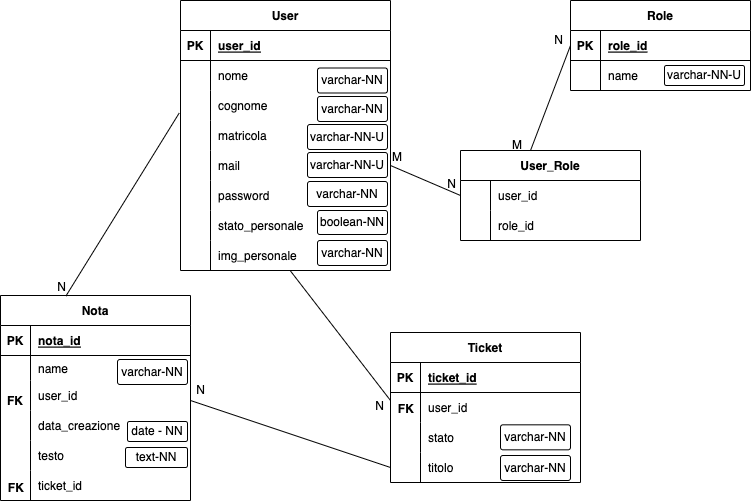
Before: ticket-platform/ER-ticket-platform.png, a diagram exported from draw.io (FrancescoDAmbrosio1/ticket-platform). Source tidied: cells renumbered, new cells last; positions are measured from the earlier drawing's top-left corner, leaving out a move shared by most shapes.
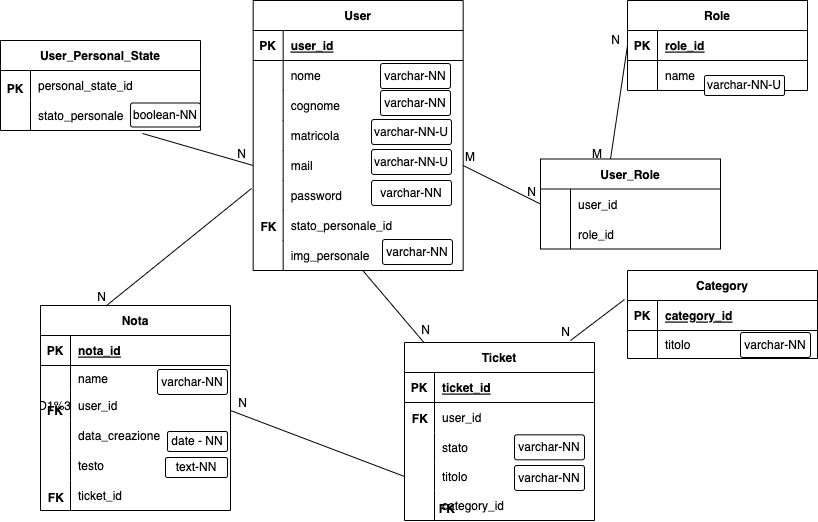
After the commit.

Diff of the diagram source:
```diff
@@ -3,7 +3,7 @@
     <mxCell id="0" />
     <mxCell id="1" parent="0" />
     <mxCell id="2" value="User" style="shape=table;startSize=30;rowLines=0;fontStyle=1;align=center;" parent="1" vertex="1">
-      <mxGeometry x="180" width="210" height="270" as="geometry" />
+      <mxGeometry x="212.7" y="-10" width="210" height="270" as="geometry" />
     </mxCell>
     <mxCell id="3" style="shape=tableRow;horizontal=0;startSize=0;swimlaneHead=0;swimlaneBody=0;fillColor=none;top=0;left=0;right=0;bottom=1;" parent="2" vertex="1">
       <mxGeometry y="30" width="210" height="30" as="geometry" />
@@ -65,7 +65,7 @@
     <mxCell id="22" style="shape=partialRectangle;fillColor=none;top=0;left=0;bottom=0;right=0;overflow=hidden;" parent="21" vertex="1">
       <mxGeometry width="30" height="30" as="geometry" />
     </mxCell>
-    <mxCell id="23" value="stato_personale" style="shape=partialRectangle;fillColor=none;top=0;left=0;bottom=0;right=0;align=left;spacingLeft=6;overflow=hidden;" parent="21" vertex="1">
+    <mxCell id="23" value="stato_personale_id" style="shape=partialRectangle;fillColor=none;top=0;left=0;bottom=0;right=0;align=left;spacingLeft=6;overflow=hidden;" parent="21" vertex="1">
       <mxGeometry x="30" width="180" height="30" as="geometry" />
     </mxCell>
     <mxCell id="24" style="shape=tableRow;horizontal=0;startSize=0;swimlaneHead=0;swimlaneBody=0;fillColor=none;points=[[0,0.5],[1,0.5]];portConstraint=eastwest;top=0;left=0;right=0;bottom=0;" parent="2" vertex="1">
@@ -78,7 +78,7 @@
       <mxGeometry x="30" width="180" height="30" as="geometry" />
     </mxCell>
     <mxCell id="27" value="Role" style="shape=table;startSize=30;rowLines=0;fontStyle=1;align=center;" parent="1" vertex="1">
-      <mxGeometry x="570" width="180" height="90" as="geometry" />
+      <mxGeometry x="587" y="-10" width="180" height="90" as="geometry" />
     </mxCell>
     <mxCell id="28" style="shape=tableRow;horizontal=0;startSize=0;swimlaneHead=0;swimlaneBody=0;fillColor=none;points=[[0,0.5],[1,0.5]];portConstraint=eastwest;top=0;left=0;right=0;bottom=1;" parent="27" vertex="1">
       <mxGeometry y="30" width="180" height="30" as="geometry" />
@@ -99,7 +99,7 @@
       <mxGeometry x="30" width="150" height="30" as="geometry" />
     </mxCell>
     <mxCell id="34" value="User_Role" style="shape=table;startSize=30;rowLines=0;fontStyle=1;align=center;" parent="1" vertex="1">
-      <mxGeometry x="460" y="150" width="180" height="90" as="geometry" />
+      <mxGeometry x="500" y="148.5" width="180" height="90" as="geometry" />
     </mxCell>
     <mxCell id="35" style="shape=tableRow;horizontal=0;startSize=0;swimlaneHead=0;swimlaneBody=0;fillColor=none;points=[[0,0.5],[1,0.5]];portConstraint=eastwest;top=0;left=0;right=0;bottom=0;" parent="34" vertex="1">
       <mxGeometry y="30" width="180" height="30" as="geometry" />
@@ -161,7 +161,7 @@
     <mxCell id="54" style="shape=tableRow;horizontal=0;startSize=0;swimlaneHead=0;swimlaneBody=0;fillColor=none;top=0;left=0;right=0;bottom=0;" parent="47" vertex="1">
       <mxGeometry y="85" width="190" height="30" as="geometry" />
     </mxCell>
-    <mxCell id="55" style="shape=partialRectangle;fillColor=none;top=0;left=0;bottom=0;right=0;overflow=hidden;" parent="54" vertex="1">
+    <mxCell id="55" value="%3CmxGraphModel%3E%3Croot%3E%3CmxCell%20id%3D%220%22%2F%3E%3CmxCell%20id%3D%221%22%20parent%3D%220%22%2F%3E%3CmxCell%20id%3D%222%22%20value%3D%22varchar-NN%22%20style%3D%22rounded%3D1%3BarcSize%3D10%3BwhiteSpace%3Dwrap%3Bhtml%3D1%3Balign%3Dcenter%3B%22%20vertex%3D%221%22%20parent%3D%221%22%3E%3CmxGeometry%20x%3D%22381%22%20y%3D%22200%22%20width%3D%2280%22%20height%3D%2225%22%20as%3D%22geometry%22%2F%3E%3C%2FmxCell%3E%3C%2Froot%3E%3C%2FmxGraphModel%3E" style="shape=partialRectangle;fillColor=none;top=0;left=0;bottom=0;right=0;overflow=hidden;" parent="54" vertex="1">
       <mxGeometry width="30" height="30" as="geometry" />
     </mxCell>
     <mxCell id="56" value="user_id" style="shape=partialRectangle;fillColor=none;top=0;left=0;bottom=0;right=0;align=left;spacingLeft=6;overflow=hidden;" parent="54" vertex="1">
@@ -198,10 +198,10 @@
       <mxGeometry y="178.3" width="31.7" height="26.7" as="geometry" />
     </mxCell>
     <mxCell id="67" style="group;" parent="1" vertex="1">
-      <mxGeometry x="390" y="332" width="190" height="160" as="geometry" />
+      <mxGeometry x="364" y="332" width="190" height="160" as="geometry" />
     </mxCell>
     <mxCell id="68" value="Ticket" style="shape=table;startSize=30;rowLines=0;fontStyle=1;align=center;" parent="67" vertex="1">
-      <mxGeometry width="190" height="150" as="geometry" />
+      <mxGeometry width="190" height="178" as="geometry" />
     </mxCell>
     <mxCell id="69" style="shape=tableRow;horizontal=0;startSize=0;swimlaneHead=0;swimlaneBody=0;fillColor=none;top=0;left=0;right=0;bottom=1;" parent="68" vertex="1">
       <mxGeometry y="30" width="190" height="30" as="geometry" />
@@ -231,14 +231,23 @@
       <mxGeometry x="30" width="160" height="30" as="geometry" />
     </mxCell>
     <mxCell id="78" style="shape=tableRow;horizontal=0;startSize=0;swimlaneHead=0;swimlaneBody=0;fillColor=none;points=[[0,0.5],[1,0.5]];portConstraint=eastwest;top=0;left=0;right=0;bottom=0;" parent="68" vertex="1">
-      <mxGeometry y="120" width="190" height="30" as="geometry" />
+      <mxGeometry y="120" width="190" height="28" as="geometry" />
     </mxCell>
     <mxCell id="79" style="shape=partialRectangle;fillColor=none;top=0;left=0;bottom=0;right=0;overflow=hidden;" parent="78" vertex="1">
-      <mxGeometry width="30" height="30" as="geometry" />
+      <mxGeometry width="30" height="28" as="geometry" />
     </mxCell>
     <mxCell id="80" value="titolo" style="shape=partialRectangle;fillColor=none;top=0;left=0;bottom=0;right=0;align=left;spacingLeft=6;overflow=hidden;" parent="78" vertex="1">
-      <mxGeometry x="30" width="160" height="30" as="geometry" />
+      <mxGeometry x="30" width="160" height="28" as="geometry" />
     </mxCell>
+    <mxCell id="104" style="shape=tableRow;horizontal=0;startSize=0;swimlaneHead=0;swimlaneBody=0;fillColor=none;top=0;left=0;right=0;bottom=0;" parent="68" vertex="1">
+      <mxGeometry y="148" width="190" height="30" as="geometry" />
+    </mxCell>
+    <mxCell id="105" style="shape=partialRectangle;fillColor=none;top=0;left=0;bottom=0;right=0;overflow=hidden;" parent="104" vertex="1">
+      <mxGeometry width="30" height="30" as="geometry" />
+    </mxCell>
+    <mxCell id="106" value="category_id" style="shape=partialRectangle;fillColor=none;top=0;left=0;bottom=0;right=0;align=left;spacingLeft=6;overflow=hidden;" parent="104" vertex="1">
+      <mxGeometry x="30" width="160" height="30" as="geometry" />
+    </mxCell>
     <mxCell id="81" value="FK" style="shape=partialRectangle;fillColor=none;top=0;left=0;bottom=0;right=0;fontStyle=1;overflow=hidden;" parent="67" vertex="1">
       <mxGeometry y="62.3" width="31.7" height="26.7" as="geometry" />
     </mxCell>
@@ -272,14 +281,12 @@
         <mxPoint x="-7" y="3" as="offset" />
       </mxGeometry>
     </mxCell>
-    <mxCell id="90" style="endArrow=none;html=1;rounded=0;exitX=0.522;exitY=1;exitDx=0;exitDy=0;exitPerimeter=0;" parent="1" edge="1" source="24">
-      <mxGeometry relative="1" as="geometry">
-        <mxPoint x="390" y="400" as="targetPoint" />
-      </mxGeometry>
+    <mxCell id="90" style="endArrow=none;html=1;rounded=0;exitX=0.522;exitY=1;exitDx=0;exitDy=0;exitPerimeter=0;entryX=0.368;entryY=-0.011;entryDx=0;entryDy=0;entryPerimeter=0;" parent="1" edge="1" source="24" target="68">
+      <mxGeometry relative="1" as="geometry" />
     </mxCell>
     <mxCell id="91" value="N" style="html=1;align=right;verticalAlign=bottom;" parent="90" vertex="1">
       <mxGeometry x="1" relative="1" as="geometry">
-        <mxPoint x="-6" y="14" as="offset" />
+        <mxPoint x="7" y="-4" as="offset" />
       </mxGeometry>
     </mxCell>
     <mxCell id="92" style="endArrow=none;html=1;rounded=0;entryX=0;entryY=0.5;entryDx=0;entryDy=0;" parent="1" edge="1" target="78">
@@ -289,38 +296,111 @@
     </mxCell>
     <mxCell id="93" value="N" style="html=1;align=right;verticalAlign=bottom;" parent="92" vertex="1">
       <mxGeometry x="1" relative="1" as="geometry">
-        <mxPoint x="-185" y="-69" as="offset" />
+        <mxPoint x="-157" y="-65" as="offset" />
       </mxGeometry>
     </mxCell>
-    <mxCell id="94" style="endArrow=none;html=1;rounded=0;exitX=-0.006;exitY=0.75;exitDx=0;exitDy=0;exitPerimeter=0;entryX=0.344;entryY=0.003;entryDx=0;entryDy=0;entryPerimeter=0;" parent="1" edge="1" source="9" target="47">
+    <mxCell id="94" style="endArrow=none;html=1;rounded=0;exitX=-0.008;exitY=0.267;exitDx=0;exitDy=0;exitPerimeter=0;entryX=0.344;entryY=0.003;entryDx=0;entryDy=0;entryPerimeter=0;" parent="1" edge="1" source="18" target="47">
       <mxGeometry relative="1" as="geometry" />
     </mxCell>
     <mxCell id="95" value="N" style="html=1;align=right;verticalAlign=bottom;" parent="94" vertex="1">
       <mxGeometry x="1" relative="1" as="geometry" />
     </mxCell>
     <mxCell id="96" value="varchar-NN" style="rounded=1;arcSize=10;whiteSpace=wrap;html=1;align=center;" parent="1" vertex="1">
-      <mxGeometry x="307" y="181" width="80" height="25" as="geometry" />
+      <mxGeometry x="331" y="170" width="80" height="25" as="geometry" />
     </mxCell>
     <mxCell id="97" value="boolean-NN" style="rounded=1;arcSize=10;whiteSpace=wrap;html=1;align=center;" parent="1" vertex="1">
-      <mxGeometry x="317" y="210" width="70" height="24" as="geometry" />
+      <mxGeometry x="90" y="92.5" width="70" height="24" as="geometry" />
     </mxCell>
     <mxCell id="98" value="varchar-NN" style="rounded=1;arcSize=10;whiteSpace=wrap;html=1;align=center;" parent="1" vertex="1">
-      <mxGeometry x="317" y="240" width="70" height="25" as="geometry" />
+      <mxGeometry x="342" y="229" width="70" height="25" as="geometry" />
     </mxCell>
     <mxCell id="99" value="varchar-NN-U" style="rounded=1;arcSize=10;whiteSpace=wrap;html=1;align=center;" parent="1" vertex="1">
-      <mxGeometry x="307" y="152" width="80" height="25" as="geometry" />
+      <mxGeometry x="331" y="139" width="80" height="25" as="geometry" />
     </mxCell>
     <mxCell id="100" value="varchar-NN" style="rounded=1;arcSize=10;whiteSpace=wrap;html=1;align=center;" parent="1" vertex="1">
-      <mxGeometry x="317" y="67.5" width="70" height="25" as="geometry" />
+      <mxGeometry x="340" y="53" width="70" height="25" as="geometry" />
     </mxCell>
     <mxCell id="101" value="varchar-NN" style="rounded=1;arcSize=10;whiteSpace=wrap;html=1;align=center;" parent="1" vertex="1">
-      <mxGeometry x="317" y="96" width="70" height="25" as="geometry" />
+      <mxGeometry x="340" y="80" width="70" height="25" as="geometry" />
     </mxCell>
     <mxCell id="102" value="varchar-NN-U" style="rounded=1;arcSize=10;whiteSpace=wrap;html=1;align=center;" parent="1" vertex="1">
       <mxGeometry x="664" y="65" width="80" height="20" as="geometry" />
     </mxCell>
     <mxCell id="103" value="varchar-NN-U" style="rounded=1;arcSize=10;whiteSpace=wrap;html=1;align=center;" parent="1" vertex="1">
-      <mxGeometry x="307" y="124" width="80" height="25" as="geometry" />
+      <mxGeometry x="331" y="109" width="80" height="25" as="geometry" />
     </mxCell>
+    <mxCell id="107" value="FK" style="shape=partialRectangle;fillColor=none;top=0;left=0;bottom=0;right=0;fontStyle=1;overflow=hidden;" parent="1" vertex="1">
+      <mxGeometry x="391" y="484.3" width="31.7" height="26.7" as="geometry" />
+    </mxCell>
+    <mxCell id="108" style="group;" parent="1" vertex="1">
+      <mxGeometry x="587" y="260" width="190" height="88" as="geometry" />
+    </mxCell>
+    <mxCell id="109" value="Category" style="shape=table;startSize=30;rowLines=0;fontStyle=1;align=center;" parent="108" vertex="1">
+      <mxGeometry width="190" height="88" as="geometry" />
+    </mxCell>
+    <mxCell id="110" style="shape=tableRow;horizontal=0;startSize=0;swimlaneHead=0;swimlaneBody=0;fillColor=none;points=[[0,0.5],[1,0.5]];portConstraint=eastwest;top=0;left=0;right=0;bottom=1;" parent="109" vertex="1">
+      <mxGeometry y="30" width="190" height="30" as="geometry" />
+    </mxCell>
+    <mxCell id="111" value="PK" style="shape=partialRectangle;fillColor=none;top=0;left=0;bottom=0;right=0;fontStyle=1;overflow=hidden;" parent="110" vertex="1">
+      <mxGeometry width="30" height="30" as="geometry" />
+    </mxCell>
+    <mxCell id="112" value="category_id" style="shape=partialRectangle;fillColor=none;top=0;left=0;bottom=0;right=0;align=left;spacingLeft=6;fontStyle=5;overflow=hidden;" parent="110" vertex="1">
+      <mxGeometry x="30" width="160" height="30" as="geometry" />
+    </mxCell>
+    <mxCell id="113" style="shape=tableRow;horizontal=0;startSize=0;swimlaneHead=0;swimlaneBody=0;fillColor=none;top=0;left=0;right=0;bottom=0;" parent="109" vertex="1">
+      <mxGeometry y="60" width="190" height="28" as="geometry" />
+    </mxCell>
+    <mxCell id="114" style="shape=partialRectangle;fillColor=none;top=0;left=0;bottom=0;right=0;overflow=hidden;" parent="113" vertex="1">
+      <mxGeometry width="30" height="28" as="geometry" />
+    </mxCell>
+    <mxCell id="115" value="titolo" style="shape=partialRectangle;fillColor=none;top=0;left=0;bottom=0;right=0;align=left;spacingLeft=6;overflow=hidden;" parent="113" vertex="1">
+      <mxGeometry x="30" width="160" height="28" as="geometry" />
+    </mxCell>
+    <mxCell id="116" value="varchar-NN" style="rounded=1;arcSize=10;whiteSpace=wrap;html=1;align=center;" parent="108" vertex="1">
+      <mxGeometry x="113" y="62" width="70" height="25" as="geometry" />
+    </mxCell>
+    <mxCell id="117" style="endArrow=none;html=1;rounded=0;exitX=-0.016;exitY=-0.033;exitDx=0;exitDy=0;exitPerimeter=0;" parent="1" edge="1" source="110">
+      <mxGeometry relative="1" as="geometry">
+        <mxPoint x="530" y="330" as="targetPoint" />
+      </mxGeometry>
+    </mxCell>
+    <mxCell id="118" value="N" style="html=1;align=right;verticalAlign=bottom;" parent="117" vertex="1">
+      <mxGeometry x="1" relative="1" as="geometry" />
+    </mxCell>
+    <mxCell id="119" value="User_Personal_State" style="shape=table;startSize=30;rowLines=0;fontStyle=1;align=center;" parent="1" vertex="1">
+      <mxGeometry x="-40" y="30" width="200" height="90" as="geometry" />
+    </mxCell>
+    <mxCell id="120" style="shape=tableRow;horizontal=0;startSize=0;swimlaneHead=0;swimlaneBody=0;fillColor=none;top=0;left=0;right=0;bottom=0;" parent="119" vertex="1">
+      <mxGeometry y="30" width="200" height="30" as="geometry" />
+    </mxCell>
+    <mxCell id="121" style="shape=partialRectangle;fillColor=none;top=0;left=0;bottom=0;right=0;overflow=hidden;" parent="120" vertex="1">
+      <mxGeometry width="30" height="30" as="geometry" />
+    </mxCell>
+    <mxCell id="122" value="personal_state_id" style="shape=partialRectangle;fillColor=none;top=0;left=0;bottom=0;right=0;align=left;spacingLeft=6;overflow=hidden;" parent="120" vertex="1">
+      <mxGeometry x="30" width="170" height="30" as="geometry" />
+    </mxCell>
+    <mxCell id="123" style="shape=tableRow;horizontal=0;startSize=0;swimlaneHead=0;swimlaneBody=0;fillColor=none;points=[[0,0.5],[1,0.5]];portConstraint=eastwest;top=0;left=0;right=0;bottom=0;" parent="119" vertex="1">
+      <mxGeometry y="60" width="200" height="30" as="geometry" />
+    </mxCell>
+    <mxCell id="124" style="shape=partialRectangle;fillColor=none;top=0;left=0;bottom=0;right=0;overflow=hidden;" parent="123" vertex="1">
+      <mxGeometry width="30" height="30" as="geometry" />
+    </mxCell>
+    <mxCell id="125" value="stato_personale" style="shape=partialRectangle;fillColor=none;top=0;left=0;bottom=0;right=0;align=left;spacingLeft=6;overflow=hidden;" parent="123" vertex="1">
+      <mxGeometry x="30" width="170" height="30" as="geometry" />
+    </mxCell>
+    <mxCell id="126" value="PK" style="shape=partialRectangle;fillColor=none;top=0;left=0;bottom=0;right=0;fontStyle=1;overflow=hidden;" parent="1" vertex="1">
+      <mxGeometry x="-40" y="62.5" width="30" height="30" as="geometry" />
+    </mxCell>
+    <mxCell id="127" value="FK" style="shape=partialRectangle;fillColor=none;top=0;left=0;bottom=0;right=0;fontStyle=1;overflow=hidden;" parent="1" vertex="1">
+      <mxGeometry x="212.7" y="202.3" width="31.7" height="26.7" as="geometry" />
+    </mxCell>
+    <mxCell id="128" style="endArrow=none;html=1;rounded=0;exitX=0.71;exitY=1.1;exitDx=0;exitDy=0;exitPerimeter=0;entryX=0;entryY=0.5;entryDx=0;entryDy=0;" parent="1" edge="1" source="123" target="15">
+      <mxGeometry relative="1" as="geometry" />
+    </mxCell>
+    <mxCell id="129" value="N" style="html=1;align=right;verticalAlign=bottom;" parent="128" vertex="1">
+      <mxGeometry x="1" relative="1" as="geometry">
+        <mxPoint x="-6" y="-3" as="offset" />
+      </mxGeometry>
+    </mxCell>
   </root>
 </mxGraphModel>
```
